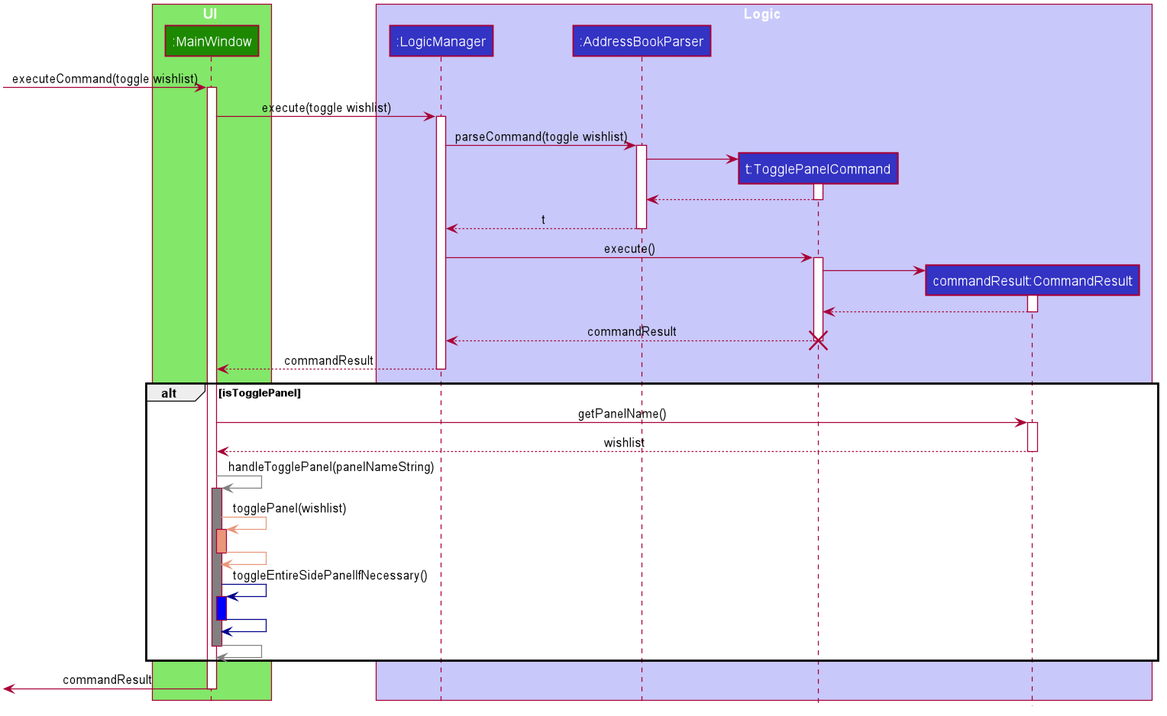
Earlier version of the PlantUML export docs/images/ToggleSequenceDiagram.png (nus-cs2103-AY1920S1/addressbook-level3).
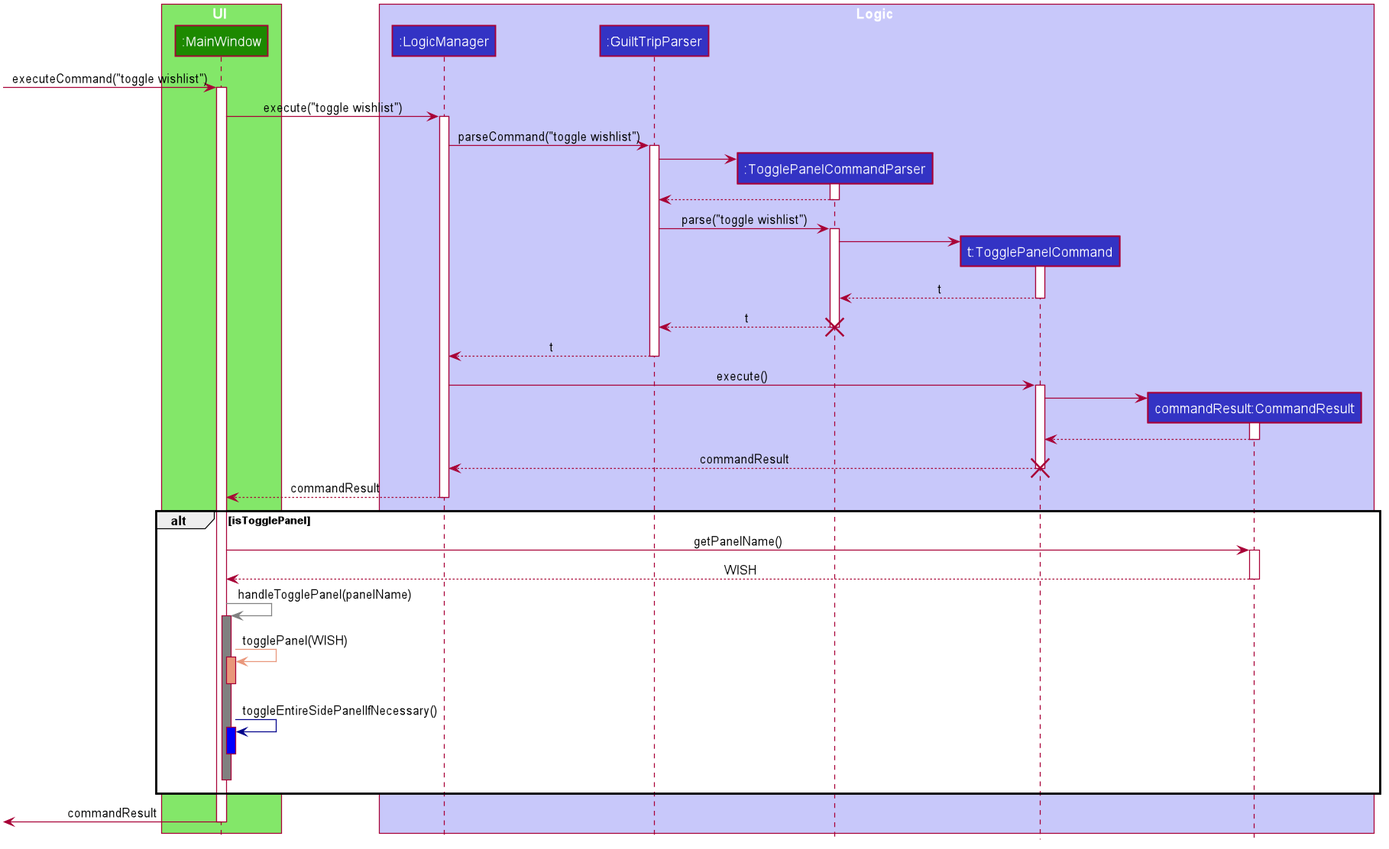
After the change.

Commit message:
Update sequence diagram for TogglePanelCommand

The edit, as a diff of the source:
```diff
@@ -1,4 +1,5 @@
 @startuml
+
 
 
 
@@ -56,29 +57,44 @@
 
 box Logic #C8C8FA
 participant ":LogicManager" as LogicManager #3333C4
-participant ":AddressBookParser" as AddressBookParser #3333C4
+participant ":GuiltTripParser" as GuiltTripParser #3333C4
+participant ":TogglePanelCommandParser" as TogglePanelCommandParser #3333C4
 participant "t:TogglePanelCommand" as TogglePanelCommand #3333C4
 participant "commandResult:CommandResult" as CommandResult #3333C4
 end box
 
-[-> MainWindow :executeCommand(toggle wishlist)
+[-> MainWindow :executeCommand("toggle wishlist")
 activate MainWindow
 
-MainWindow -> LogicManager : execute(toggle wishlist)
+MainWindow -> LogicManager : execute("toggle wishlist")
 activate LogicManager
 
-LogicManager -> AddressBookParser : parseCommand(toggle wishlist)
-activate AddressBookParser
+LogicManager -> GuiltTripParser : parseCommand("toggle wishlist")
+activate GuiltTripParser
+
+create TogglePanelCommandParser
+GuiltTripParser -> TogglePanelCommandParser
+activate TogglePanelCommandParser
+
+TogglePanelCommandParser --> GuiltTripParser
+deactivate TogglePanelCommandParser
+
+GuiltTripParser -> TogglePanelCommandParser : parse("toggle wishlist")
+activate TogglePanelCommandParser
 
 create TogglePanelCommand
-AddressBookParser -> TogglePanelCommand
+TogglePanelCommandParser -> TogglePanelCommand
 activate TogglePanelCommand
 
-TogglePanelCommand --> AddressBookParser
+TogglePanelCommand --> TogglePanelCommandParser : t
 deactivate TogglePanelCommand
 
-AddressBookParser --> LogicManager : t
-deactivate AddressBookParser
+TogglePanelCommandParser --> GuiltTripParser : t
+deactivate TogglePanelCommandParser
+destroy TogglePanelCommandParser
+
+GuiltTripParser --> LogicManager : t
+deactivate GuiltTripParser
 
 LogicManager -> TogglePanelCommand : execute()
 activate TogglePanelCommand
@@ -102,25 +118,23 @@
 MainWindow -> CommandResult : getPanelName()
 activate CommandResult
 
-CommandResult --> MainWindow : wishlist
+CommandResult --> MainWindow : WISH
 deactivate CommandResult
 
-MainWindow -[#Gray]> MainWindow : handleTogglePanel(panelNameString)
+MainWindow -[#Gray]> MainWindow : handleTogglePanel(panelName)
 activate MainWindow #Gray
 
-MainWindow -[#DarkSalmon]> MainWindow : togglePanel(wishlist)
+MainWindow -[#DarkSalmon]> MainWindow : togglePanel(WISH)
 activate MainWindow #DarkSalmon
 
-MainWindow -[#DarkSalmon]> MainWindow
 deactivate MainWindow
 
 MainWindow -[#DarkBlue]> MainWindow : toggleEntireSidePanelIfNecessary()
 activate MainWindow #Blue
 
-MainWindow -[#DarkBlue]> MainWindow
 deactivate MainWindow
 
-MainWindow -[#Gray]> MainWindow
+MainWindow -[hidden]> MainWindow
 deactivate MainWindow
 
 end
```
